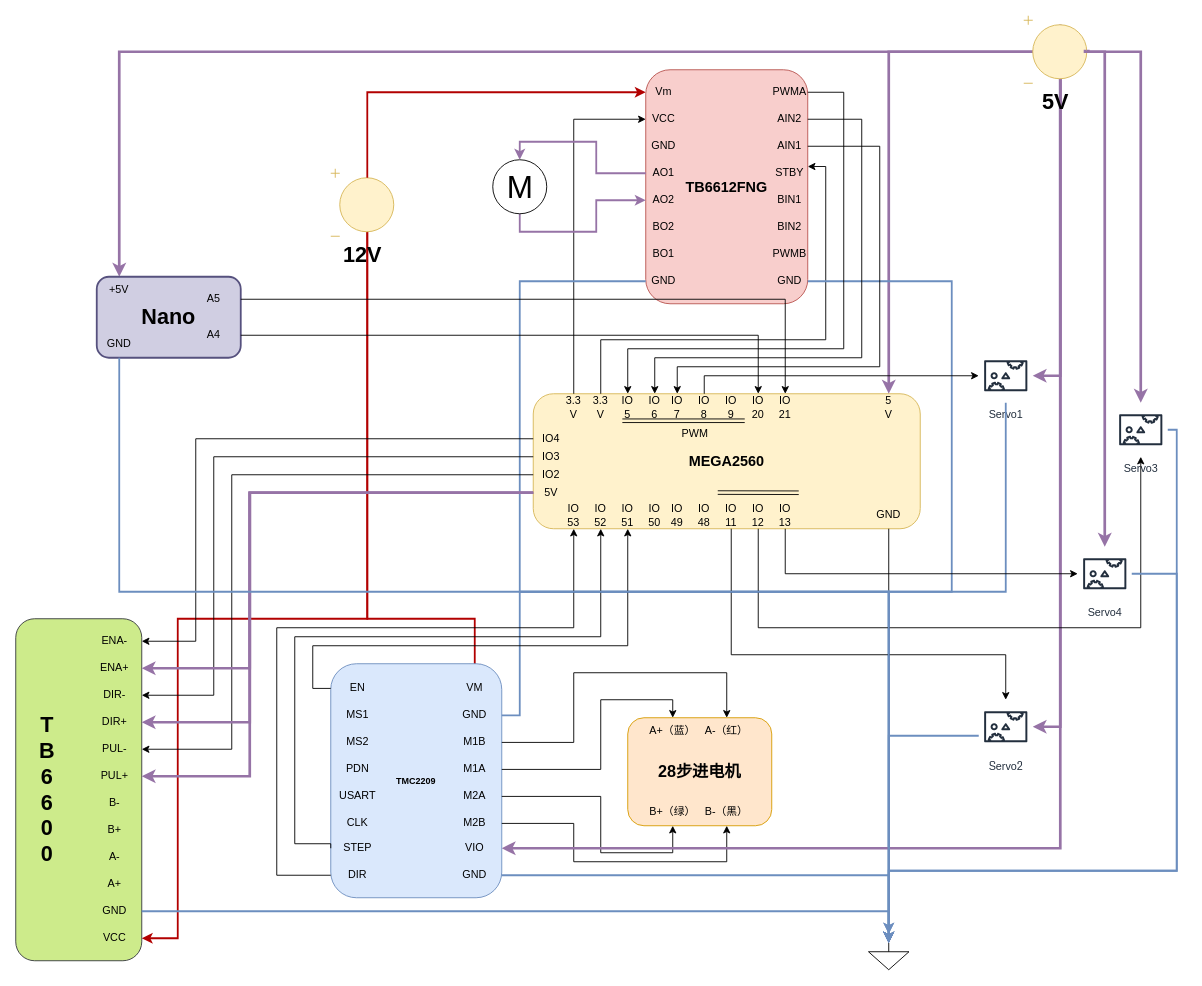
Before: 电路图出纸.drawio in xinlanzi/Induisal-design, a draw.io diagram. Source tidied: cells renumbered, new cells numbered last; positions are measured from the earlier drawing's top-left corner, leaving out a move shared by most shapes. Both pictures are drawn from the tidied source at 90%, with x=0, y=0 at pixel (15, 15).
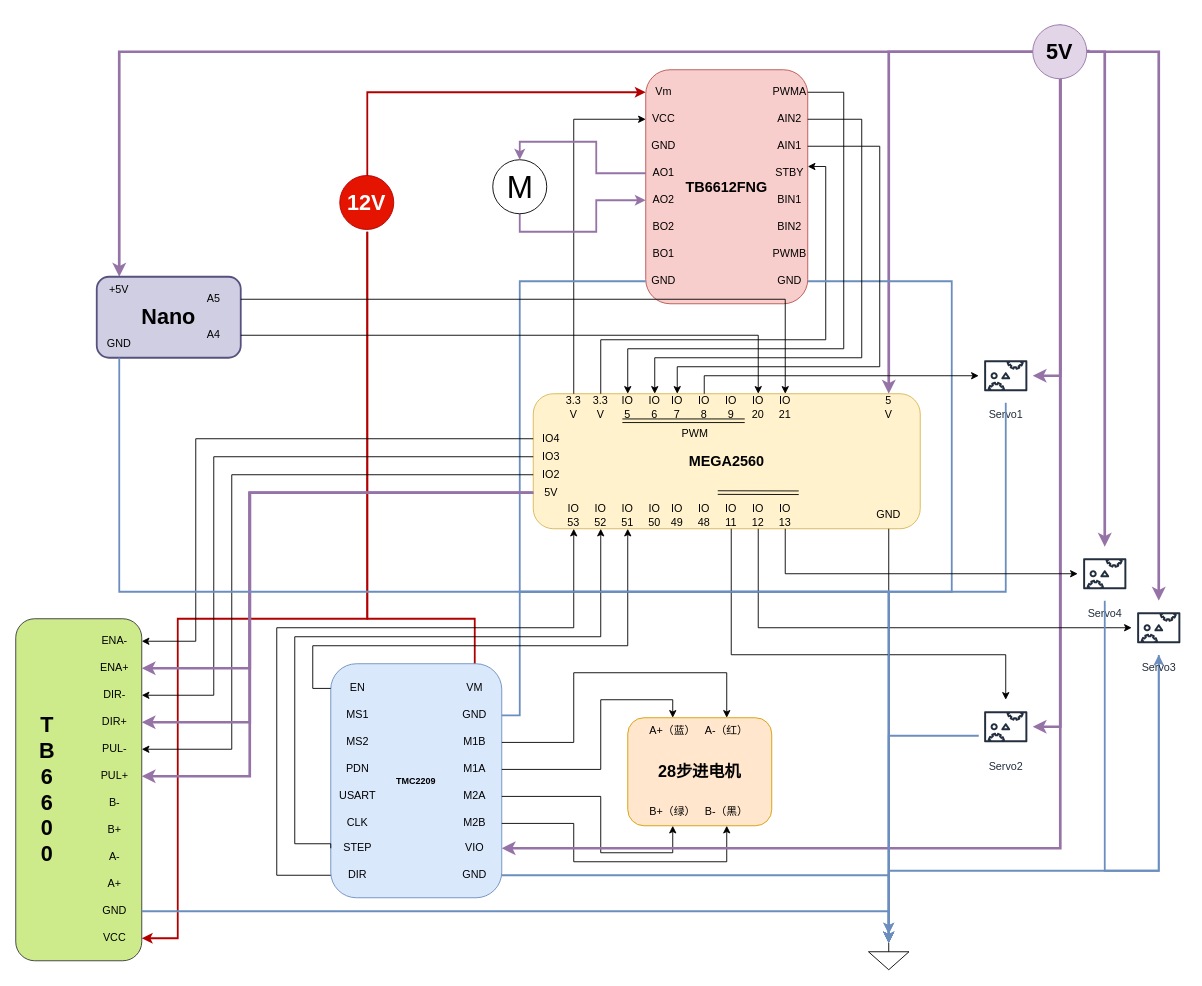
After the change.

Commit message (it also covers changes not shown here):
更新电路图出纸.drawio

The change refers to these unchanged cells:
```xml
<mxCell id="8" value="Vm" style="text;html=1;whiteSpace=wrap;strokeColor=none;fillColor=none;align=center;verticalAlign=middle;rounded=0;" parent="6" vertex="1">
  <mxGeometry y="10" width="40" height="30" as="geometry" />
</mxCell>
<mxCell id="30" value="5&lt;div&gt;V&lt;/div&gt;" style="text;html=1;whiteSpace=wrap;strokeColor=none;fillColor=none;align=center;verticalAlign=middle;rounded=0;" parent="24" vertex="1">
  <mxGeometry x="380" width="30" height="30" as="geometry" />
</mxCell>
<mxCell id="57" value="Servo1" style="sketch=0;outlineConnect=0;fontColor=#232F3E;gradientColor=none;strokeColor=#232F3E;fillColor=#ffffff;dashed=0;verticalLabelPosition=bottom;verticalAlign=top;align=center;html=1;fontSize=12;fontStyle=0;shape=mxgraph.aws4.resourceIcon;resIcon=mxgraph.aws4.servo;" parent="1" vertex="1">
  <mxGeometry x="1070" y="370" width="60" height="60" as="geometry" />
</mxCell>
<mxCell id="59" style="verticalLabelPosition=bottom;shadow=0;dashed=0;align=center;html=1;verticalAlign=top;shape=mxgraph.electrical.signal_sources.signal_ground;" parent="1" vertex="1">
  <mxGeometry x="947.5" y="1030" width="45" height="30" as="geometry" />
</mxCell>
<mxCell id="77" value="VM" style="text;html=1;whiteSpace=wrap;strokeColor=none;fillColor=none;align=center;verticalAlign=middle;rounded=0;" parent="67" vertex="1">
  <mxGeometry x="130" y="12.4" width="60" height="30" as="geometry" />
</mxCell>
<mxCell id="83" value="VIO" style="text;html=1;whiteSpace=wrap;strokeColor=none;fillColor=none;align=center;verticalAlign=middle;rounded=0;" parent="67" vertex="1">
  <mxGeometry x="130" y="190" width="60" height="30" as="geometry" />
</mxCell>
<mxCell id="106" value="Servo2" style="sketch=0;outlineConnect=0;fontColor=#232F3E;gradientColor=none;strokeColor=#232F3E;fillColor=#ffffff;dashed=0;verticalLabelPosition=bottom;verticalAlign=top;align=center;html=1;fontSize=12;fontStyle=0;shape=mxgraph.aws4.resourceIcon;resIcon=mxgraph.aws4.servo;" parent="1" vertex="1">
  <mxGeometry x="1070" y="760" width="60" height="60" as="geometry" />
</mxCell>
<mxCell id="110" value="Servo4" style="sketch=0;outlineConnect=0;fontColor=#232F3E;gradientColor=none;strokeColor=#232F3E;fillColor=#ffffff;dashed=0;verticalLabelPosition=bottom;verticalAlign=top;align=center;html=1;fontSize=12;fontStyle=0;shape=mxgraph.aws4.resourceIcon;resIcon=mxgraph.aws4.servo;" parent="1" vertex="1">
  <mxGeometry x="1180" y="590" width="60" height="60" as="geometry" />
</mxCell>
<mxCell id="130" value="VCC" style="text;html=1;whiteSpace=wrap;strokeColor=none;fillColor=none;align=center;verticalAlign=middle;rounded=0;" parent="116" vertex="1">
  <mxGeometry x="80" y="340" width="60" height="30" as="geometry" />
</mxCell>
<mxCell id="143" value="+5V" style="text;html=1;whiteSpace=wrap;strokeColor=none;fillColor=none;align=center;verticalAlign=middle;rounded=0;" parent="138" vertex="1">
  <mxGeometry x="-10" y="20" width="50" height="30" as="geometry" />
</mxCell>
```

Change to the diagram source:
```diff
@@
-    <mxCell id="2" style="edgeStyle=orthogonalEdgeStyle;rounded=0;jettySize=auto;html=1;entryX=0.5;entryY=0;entryDx=0;entryDy=0;fillColor=#e51400;strokeColor=#B20000;strokeWidth=2;exitX=0.58;exitY=0.935;exitDx=0;exitDy=0;exitPerimeter=0;" parent="1" edge="1" source="4" target="77">
+    <mxCell id="2" style="edgeStyle=orthogonalEdgeStyle;rounded=0;jettySize=auto;html=1;entryX=0.5;entryY=0;entryDx=0;entryDy=0;fillColor=#e51400;strokeColor=#B20000;strokeWidth=2;exitX=0.58;exitY=0.935;exitDx=0;exitDy=0;exitPerimeter=0;" parent="1" edge="1" target="77">
       <mxGeometry relative="1" as="geometry">
+        <mxPoint x="390.6" y="240.1" as="sourcePoint" />
         <Array as="points">
           <mxPoint x="391" y="670" />
           <mxPoint x="510" y="670" />
         </Array>
       </mxGeometry>
     </mxCell>
-    <mxCell id="3" style="edgeStyle=orthogonalEdgeStyle;rounded=0;jettySize=auto;html=1;exitX=0.58;exitY=0.935;exitDx=0;exitDy=0;exitPerimeter=0;entryX=1;entryY=0.5;entryDx=0;entryDy=0;fillColor=#e51400;strokeColor=#B20000;strokeWidth=2;" parent="1" edge="1" source="4" target="130">
+    <mxCell id="3" style="edgeStyle=orthogonalEdgeStyle;rounded=0;jettySize=auto;html=1;exitX=0.58;exitY=0.935;exitDx=0;exitDy=0;exitPerimeter=0;entryX=1;entryY=0.5;entryDx=0;entryDy=0;fillColor=#e51400;strokeColor=#B20000;strokeWidth=2;" parent="1" edge="1" target="130">
       <mxGeometry relative="1" as="geometry">
+        <mxPoint x="390.6" y="240.1" as="sourcePoint" />
         <Array as="points">
           <mxPoint x="391" y="670" />
           <mxPoint x="180" y="670" />
           <mxPoint x="180" y="1025" />
         </Array>
       </mxGeometry>
     </mxCell>
-    <mxCell id="4" value="&lt;font style=&quot;font-size: 24px;&quot;&gt;&lt;b&gt;12V&lt;/b&gt;&lt;/font&gt;" style="verticalLabelPosition=bottom;shadow=0;dashed=0;align=center;html=1;verticalAlign=top;shape=mxgraph.electrical.signal_sources.dc_source_1;fillColor=#fff2cc;strokeColor=#d6b656;rotation=0;" parent="1" vertex="1">
-      <mxGeometry x="350" y="170" width="70" height="75" as="geometry" />
-    </mxCell>
-    <mxCell id="5" style="edgeStyle=orthogonalEdgeStyle;rounded=0;jettySize=auto;html=1;exitX=0.58;exitY=0.135;exitDx=0;exitDy=0;exitPerimeter=0;entryX=0;entryY=0.5;entryDx=0;entryDy=0;fillColor=#e51400;strokeColor=#B20000;strokeWidth=2;" parent="1" edge="1" source="4" target="8">
+    <mxCell id="5" style="edgeStyle=orthogonalEdgeStyle;rounded=0;jettySize=auto;html=1;exitX=0.58;exitY=0.135;exitDx=0;exitDy=0;exitPerimeter=0;entryX=0;entryY=0.5;entryDx=0;entryDy=0;fillColor=#e51400;strokeColor=#B20000;strokeWidth=2;" parent="1" edge="1" target="8">
       <mxGeometry relative="1" as="geometry">
+        <mxPoint x="390.6" y="180.1" as="sourcePoint" />
         <Array as="points">
           <mxPoint x="391" y="85" />
         </Array>
       </mxGeometry>
     </mxCell>
@@
-    <mxCell id="58" style="edgeStyle=orthogonalEdgeStyle;rounded=0;jettySize=auto;html=1;exitX=0.58;exitY=0.135;exitDx=0;exitDy=0;entryX=0.5;entryY=0;entryDx=0;entryDy=0;fillColor=#e1d5e7;strokeColor=#9673a6;strokeWidth=3;exitPerimeter=0;" parent="1" edge="1" source="104" target="30">
+    <mxCell id="58" style="edgeStyle=orthogonalEdgeStyle;rounded=0;jettySize=auto;html=1;exitX=0.58;exitY=0.135;exitDx=0;exitDy=0;entryX=0.5;entryY=0;entryDx=0;entryDy=0;fillColor=#e1d5e7;strokeColor=#9673a6;strokeWidth=3;exitPerimeter=0;" parent="1" edge="1" target="30">
       <mxGeometry relative="1" as="geometry">
+        <mxPoint x="1160.6" y="10.1" as="sourcePoint" />
         <Array as="points">
           <mxPoint x="1161" y="40" />
           <mxPoint x="970" y="40" />
         </Array>
       </mxGeometry>
     </mxCell>
@@
-    <mxCell id="100" style="edgeStyle=orthogonalEdgeStyle;rounded=0;jettySize=auto;html=1;exitX=0.58;exitY=0.935;exitDx=0;exitDy=0;entryX=1;entryY=0.5;entryDx=0;entryDy=0;fillColor=#e1d5e7;strokeColor=#9673a6;strokeWidth=3;exitPerimeter=0;" parent="1" edge="1" source="104" target="83">
+    <mxCell id="100" style="edgeStyle=orthogonalEdgeStyle;rounded=0;jettySize=auto;html=1;exitX=0.58;exitY=0.935;exitDx=0;exitDy=0;entryX=1;entryY=0.5;entryDx=0;entryDy=0;fillColor=#e1d5e7;strokeColor=#9673a6;strokeWidth=3;exitPerimeter=0;" parent="1" edge="1" target="83">
       <mxGeometry relative="1" as="geometry">
+        <mxPoint x="1160.6" y="70.1" as="sourcePoint" />
         <Array as="points">
           <mxPoint x="1161" y="925" />
         </Array>
       </mxGeometry>
     </mxCell>
-    <mxCell id="101" style="edgeStyle=orthogonalEdgeStyle;rounded=0;jettySize=auto;html=1;exitX=0.58;exitY=0.135;exitDx=0;exitDy=0;exitPerimeter=0;entryX=0.5;entryY=0;entryDx=0;entryDy=0;fillColor=#e1d5e7;strokeColor=#9673a6;strokeWidth=3;" parent="1" edge="1" source="104" target="143">
+    <mxCell id="101" style="edgeStyle=orthogonalEdgeStyle;rounded=0;jettySize=auto;html=1;exitX=0.58;exitY=0.135;exitDx=0;exitDy=0;exitPerimeter=0;entryX=0.5;entryY=0;entryDx=0;entryDy=0;fillColor=#e1d5e7;strokeColor=#9673a6;strokeWidth=3;" parent="1" edge="1" target="143">
       <mxGeometry relative="1" as="geometry">
+        <mxPoint x="1160.6" y="10.1" as="sourcePoint" />
         <Array as="points">
           <mxPoint x="1161" y="40" />
           <mxPoint x="115" y="40" />
         </Array>
       </mxGeometry>
     </mxCell>
-    <mxCell id="102" style="edgeStyle=orthogonalEdgeStyle;rounded=0;jettySize=auto;html=1;exitX=0.58;exitY=0.935;exitDx=0;exitDy=0;exitPerimeter=0;fillColor=#e1d5e7;strokeColor=#9673a6;strokeWidth=3;" parent="1" edge="1" source="104" target="57">
+    <mxCell id="102" style="edgeStyle=orthogonalEdgeStyle;rounded=0;jettySize=auto;html=1;exitX=0.58;exitY=0.935;exitDx=0;exitDy=0;exitPerimeter=0;fillColor=#e1d5e7;strokeColor=#9673a6;strokeWidth=3;" parent="1" edge="1" target="57">
       <mxGeometry relative="1" as="geometry">
+        <mxPoint x="1160.6" y="70.1" as="sourcePoint" />
         <Array as="points">
           <mxPoint x="1161" y="400" />
         </Array>
       </mxGeometry>
     </mxCell>
-    <mxCell id="103" style="edgeStyle=orthogonalEdgeStyle;rounded=0;jettySize=auto;html=1;exitX=0.58;exitY=0.935;exitDx=0;exitDy=0;exitPerimeter=0;fillColor=#e1d5e7;strokeColor=#9673a6;strokeWidth=3;" parent="1" edge="1" source="104" target="106">
+    <mxCell id="103" style="edgeStyle=orthogonalEdgeStyle;rounded=0;jettySize=auto;html=1;exitX=0.58;exitY=0.935;exitDx=0;exitDy=0;exitPerimeter=0;fillColor=#e1d5e7;strokeColor=#9673a6;strokeWidth=3;" parent="1" edge="1" target="106">
       <mxGeometry relative="1" as="geometry">
+        <mxPoint x="1160.6" y="70.1" as="sourcePoint" />
         <Array as="points">
           <mxPoint x="1161" y="790" />
         </Array>
       </mxGeometry>
     </mxCell>
-    <mxCell id="104" value="&lt;font style=&quot;font-size: 24px;&quot;&gt;&lt;b&gt;5V&lt;/b&gt;&lt;/font&gt;" style="verticalLabelPosition=bottom;shadow=0;dashed=0;align=center;html=1;verticalAlign=top;shape=mxgraph.electrical.signal_sources.dc_source_1;fillColor=#fff2cc;strokeColor=#d6b656;rotation=0;" parent="1" vertex="1">
-      <mxGeometry x="1120" width="70" height="75" as="geometry" />
-    </mxCell>
@@
-    <mxCell id="109" value="Servo3" style="sketch=0;outlineConnect=0;fontColor=#232F3E;gradientColor=none;strokeColor=#232F3E;fillColor=#ffffff;dashed=0;verticalLabelPosition=bottom;verticalAlign=top;align=center;html=1;fontSize=12;fontStyle=0;shape=mxgraph.aws4.resourceIcon;resIcon=mxgraph.aws4.servo;" parent="1" vertex="1">
-      <mxGeometry x="1220" y="430" width="60" height="60" as="geometry" />
-    </mxCell>
@@
-    <mxCell id="113" style="edgeStyle=orthogonalEdgeStyle;rounded=0;jettySize=auto;html=1;fillColor=#e1d5e7;strokeColor=#9673a6;strokeWidth=3;exitX=1.024;exitY=0.504;exitDx=0;exitDy=0;exitPerimeter=0;" parent="1" edge="1" source="104" target="110">
+    <mxCell id="113" style="edgeStyle=orthogonalEdgeStyle;rounded=0;jettySize=auto;html=1;fillColor=#e1d5e7;strokeColor=#9673a6;strokeWidth=3;exitX=1.024;exitY=0.504;exitDx=0;exitDy=0;exitPerimeter=0;" parent="1" edge="1" target="110">
       <mxGeometry relative="1" as="geometry">
+        <mxPoint x="1191.7" y="37.8" as="sourcePoint" />
         <Array as="points">
           <mxPoint x="1192" y="40" />
           <mxPoint x="1210" y="40" />
         </Array>
       </mxGeometry>
     </mxCell>
-    <mxCell id="114" style="edgeStyle=orthogonalEdgeStyle;rounded=0;jettySize=auto;html=1;fillColor=#e1d5e7;strokeColor=#9673a6;strokeWidth=3;exitX=0.973;exitY=0.504;exitDx=0;exitDy=0;exitPerimeter=0;" parent="1" edge="1" source="104" target="109">
+    <mxCell id="114" style="edgeStyle=orthogonalEdgeStyle;rounded=0;jettySize=auto;html=1;fillColor=#e1d5e7;strokeColor=#9673a6;strokeWidth=3;exitX=0.973;exitY=0.504;exitDx=0;exitDy=0;exitPerimeter=0;" parent="1" edge="1" target="109">
       <mxGeometry relative="1" as="geometry">
+        <mxPoint x="1188.1" y="37.8" as="sourcePoint" />
         <Array as="points">
           <mxPoint x="1188" y="40" />
-          <mxPoint x="1250" y="40" />
+          <mxPoint x="1270" y="40" />
         </Array>
       </mxGeometry>
     </mxCell>
-    <mxCell id="115" style="edgeStyle=orthogonalEdgeStyle;rounded=0;jettySize=auto;html=1;fillColor=#dae8fc;strokeColor=#6c8ebf;strokeWidth=2;entryX=0.5;entryY=0;entryDx=0;entryDy=0;entryPerimeter=0;" parent="1" edge="1" source="109" target="59">
-      <mxGeometry relative="1" as="geometry">
-        <Array as="points">
-          <mxPoint x="1290" y="460" />
-          <mxPoint x="1290" y="950" />
-          <mxPoint x="970" y="950" />
-        </Array>
-      </mxGeometry>
-    </mxCell>
@@
-    <mxCell id="147" style="edgeStyle=orthogonalEdgeStyle;rounded=0;jettySize=auto;html=1;fillColor=#dae8fc;strokeColor=#6c8ebf;strokeWidth=2;" parent="1" edge="1" source="110">
+    <mxCell id="147" style="edgeStyle=orthogonalEdgeStyle;rounded=0;jettySize=auto;html=1;fillColor=#dae8fc;strokeColor=#6c8ebf;strokeWidth=2;" parent="1" edge="1" source="109">
       <mxGeometry relative="1" as="geometry">
         <mxPoint x="970" y="1020" as="targetPoint" />
         <Array as="points">
-          <mxPoint x="1290" y="620" />
-          <mxPoint x="1290" y="950" />
           <mxPoint x="970" y="950" />
         </Array>
       </mxGeometry>
     </mxCell>
@@
+    <mxCell id="4" value="&lt;font style=&quot;font-size: 24px;&quot;&gt;&lt;b&gt;12V&lt;/b&gt;&lt;/font&gt;" style="ellipse;whiteSpace=wrap;html=1;fillColor=#e51400;fontColor=#ffffff;strokeColor=#B20000;" parent="1" vertex="1">
+      <mxGeometry x="360" y="177.5" width="60" height="60" as="geometry" />
+    </mxCell>
+    <mxCell id="104" value="&lt;font style=&quot;font-size: 24px;&quot;&gt;&lt;b&gt;5V&lt;/b&gt;&lt;/font&gt;" style="ellipse;whiteSpace=wrap;html=1;fillColor=#e1d5e7;strokeColor=#9673a6;" parent="1" vertex="1">
+      <mxGeometry x="1130" y="10" width="60" height="60" as="geometry" />
+    </mxCell>
+    <mxCell id="149" style="edgeStyle=orthogonalEdgeStyle;rounded=0;jettySize=auto;html=1;fillColor=#dae8fc;strokeColor=#6c8ebf;strokeWidth=2;" parent="1" edge="1" source="110" target="109">
+      <mxGeometry relative="1" as="geometry">
+        <Array as="points">
+          <mxPoint x="1210" y="950" />
+          <mxPoint x="1270" y="950" />
+        </Array>
+      </mxGeometry>
+    </mxCell>
+    <mxCell id="109" value="Servo3" style="sketch=0;outlineConnect=0;fontColor=#232F3E;gradientColor=none;strokeColor=#232F3E;fillColor=#ffffff;dashed=0;verticalLabelPosition=bottom;verticalAlign=top;align=center;html=1;fontSize=12;fontStyle=0;shape=mxgraph.aws4.resourceIcon;resIcon=mxgraph.aws4.servo;" parent="1" vertex="1">
+      <mxGeometry x="1240" y="650" width="60" height="60" as="geometry" />
+    </mxCell>
```
